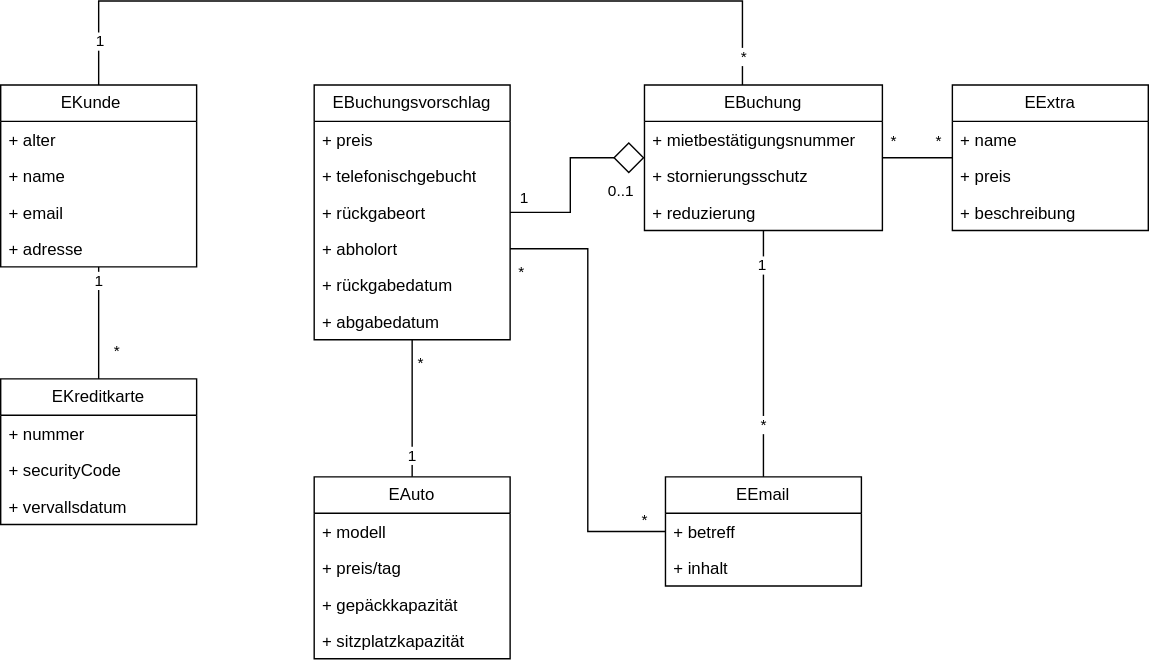
Above: sw-eng-04.drawio.svg in MassimiIiano/software-eng-projects-uni (draw.io), before the change. Source tidied: cells renumbered, new cells last; positions are measured from the earlier drawing's top-left corner, leaving out a move shared by most shapes.
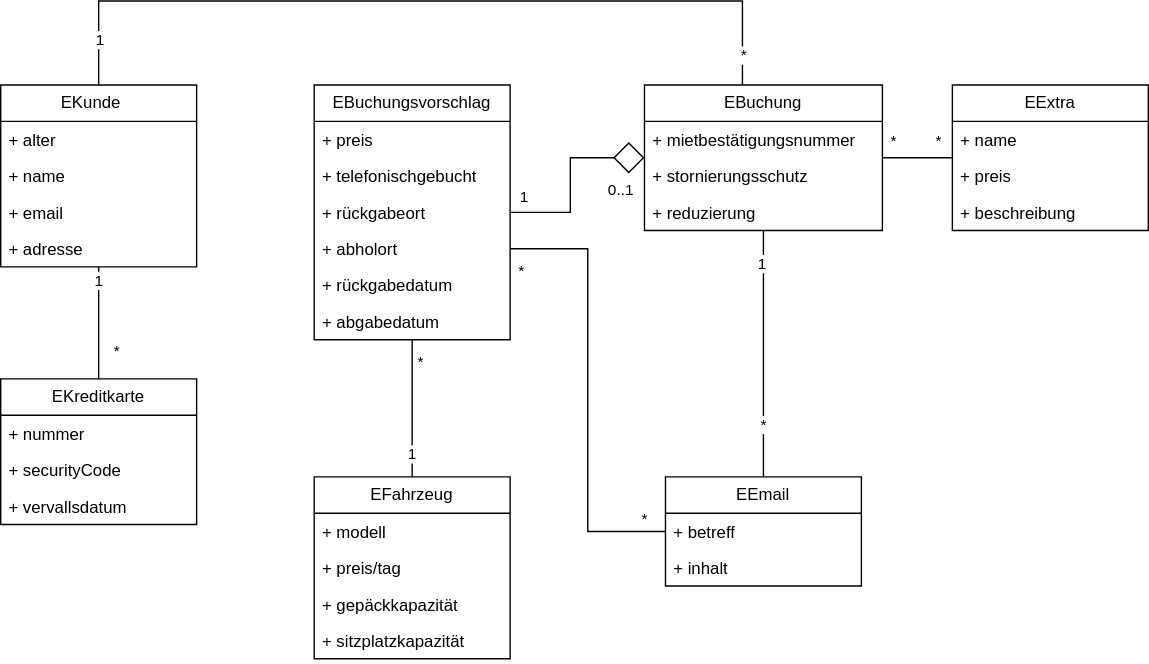
Above is the later version.

Commit message:
Graph 4: Change Auto to Fahrzeug

Diff of the diagram source:
```diff
@@ -136,7 +136,7 @@
         <mxPoint x="164" y="112" as="offset" />
       </mxGeometry>
     </mxCell>
-    <mxCell id="41" value="EAuto" style="swimlane;fontStyle=0;horizontal=1;startSize=26;fillColor=none;whiteSpace=wrap;html=1;" parent="1" vertex="1">
+    <mxCell id="41" value="EFahrzeug" style="swimlane;fontStyle=0;horizontal=1;startSize=26;fillColor=none;whiteSpace=wrap;html=1;" parent="1" vertex="1">
       <mxGeometry x="224" y="340" width="140" height="130" as="geometry" />
     </mxCell>
     <mxCell id="42" value="+ modell" style="text;strokeColor=none;fillColor=none;align=left;verticalAlign=top;spacingLeft=4;spacingRight=4;overflow=hidden;whiteSpace=wrap;html=1;" parent="41" vertex="1">
```
